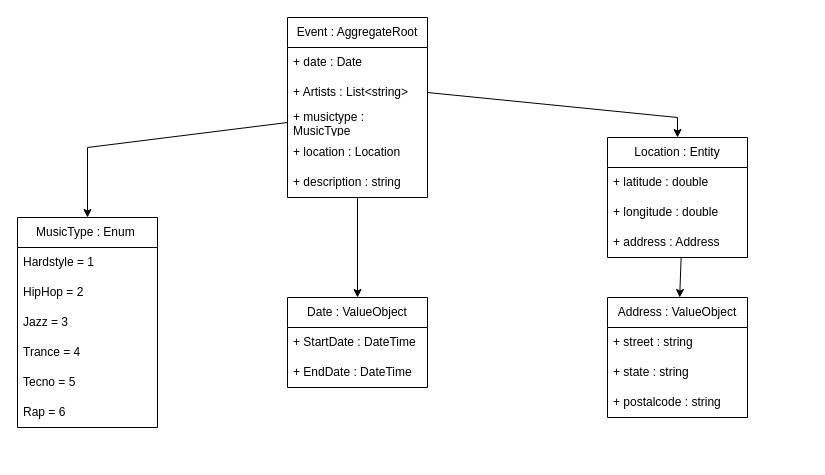
Earlier version of the draw.io diagram diagrams/Event.drawio (TiagoMoreira003/EventService). Source tidied: cells renumbered, new cells numbered last; positions are measured from the earlier drawing's top-left corner, leaving out a move shared by most shapes. Both pictures are drawn from the tidied source at 100%, with x=0, y=0 at pixel (17, 17).
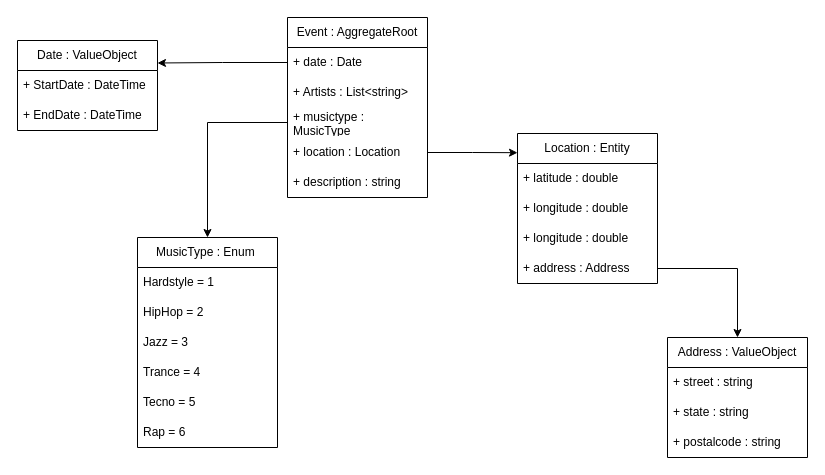
After the change.

The change refers to these unchanged cells:
```xml
<mxCell id="3" value="+ date : Date" style="text;strokeColor=none;fillColor=none;align=left;verticalAlign=middle;spacingLeft=4;spacingRight=4;overflow=hidden;points=[[0,0.5],[1,0.5]];portConstraint=eastwest;whiteSpace=wrap;html=1;" parent="2" vertex="1">
  <mxGeometry y="30" width="140" height="30" as="geometry" />
</mxCell>
<mxCell id="4" value="+ Artists : List&amp;lt;string&amp;gt;" style="text;strokeColor=none;fillColor=none;align=left;verticalAlign=middle;spacingLeft=4;spacingRight=4;overflow=hidden;points=[[0,0.5],[1,0.5]];portConstraint=eastwest;whiteSpace=wrap;html=1;" parent="2" vertex="1">
  <mxGeometry y="60" width="140" height="30" as="geometry" />
</mxCell>
<mxCell id="5" value="+ musictype : MusicType" style="text;strokeColor=none;fillColor=none;align=left;verticalAlign=middle;spacingLeft=4;spacingRight=4;overflow=hidden;points=[[0,0.5],[1,0.5]];portConstraint=eastwest;whiteSpace=wrap;html=1;" parent="2" vertex="1">
  <mxGeometry y="90" width="140" height="30" as="geometry" />
</mxCell>
<mxCell id="6" value="+ location : Location" style="text;strokeColor=none;fillColor=none;align=left;verticalAlign=middle;spacingLeft=4;spacingRight=4;overflow=hidden;points=[[0,0.5],[1,0.5]];portConstraint=eastwest;whiteSpace=wrap;html=1;" parent="2" vertex="1">
  <mxGeometry y="120" width="140" height="30" as="geometry" />
</mxCell>
<mxCell id="7" value="+ description : string" style="text;strokeColor=none;fillColor=none;align=left;verticalAlign=middle;spacingLeft=4;spacingRight=4;overflow=hidden;points=[[0,0.5],[1,0.5]];portConstraint=eastwest;whiteSpace=wrap;html=1;" parent="2" vertex="1">
  <mxGeometry y="150" width="140" height="30" as="geometry" />
</mxCell>
```

What changed in the source:
```diff
@@
     <mxCell id="8" value="MusicType : Enum&amp;nbsp;" style="swimlane;fontStyle=0;horizontal=1;startSize=30;whiteSpace=wrap;html=1;" parent="1" vertex="1">
-      <mxGeometry y="200" width="140" height="210" as="geometry" />
+      <mxGeometry x="120" y="220" width="140" height="210" as="geometry" />
     </mxCell>
@@
-    <mxCell id="15" style="endArrow=classic;html=1;rounded=0;exitX=0;exitY=0.5;exitDx=0;exitDy=0;entryX=0.5;entryY=0;entryDx=0;entryDy=0;" parent="1" edge="1" source="5" target="8">
-      <mxGeometry relative="1" as="geometry">
-        <Array as="points">
-          <mxPoint x="70" y="130" />
-        </Array>
-      </mxGeometry>
-    </mxCell>
     <mxCell id="16" value="Location : Entity" style="swimlane;fontStyle=0;horizontal=1;startSize=30;whiteSpace=wrap;html=1;" parent="1" vertex="1">
-      <mxGeometry x="590" y="120" width="140" height="120" as="geometry" />
+      <mxGeometry x="500" y="116" width="140" height="150" as="geometry" />
     </mxCell>
@@
+    <mxCell id="30" value="+ longitude : double" style="text;strokeColor=none;fillColor=none;align=left;verticalAlign=middle;spacingLeft=4;spacingRight=4;overflow=hidden;whiteSpace=wrap;html=1;" parent="16" vertex="1">
+      <mxGeometry y="60" width="140" height="30" as="geometry" />
+    </mxCell>
     <mxCell id="18" value="+ longitude : double" style="text;strokeColor=none;fillColor=none;align=left;verticalAlign=middle;spacingLeft=4;spacingRight=4;overflow=hidden;whiteSpace=wrap;html=1;" parent="16" vertex="1">
-      <mxGeometry y="60" width="140" height="30" as="geometry" />
+      <mxGeometry y="90" width="140" height="30" as="geometry" />
     </mxCell>
     <mxCell id="19" value="+ address : Address" style="text;strokeColor=none;fillColor=none;align=left;verticalAlign=middle;spacingLeft=4;spacingRight=4;overflow=hidden;points=[[0,0.5],[1,0.5]];portConstraint=eastwest;whiteSpace=wrap;html=1;" parent="16" vertex="1">
-      <mxGeometry y="90" width="140" height="30" as="geometry" />
+      <mxGeometry y="120" width="140" height="30" as="geometry" />
     </mxCell>
-    <mxCell id="20" style="endArrow=classic;html=1;rounded=0;exitX=1;exitY=0.5;exitDx=0;exitDy=0;entryX=0.5;entryY=0;entryDx=0;entryDy=0;" parent="1" edge="1" source="4" target="16">
-      <mxGeometry relative="1" as="geometry">
-        <Array as="points">
-          <mxPoint x="660" y="100" />
-        </Array>
-      </mxGeometry>
-    </mxCell>
     <mxCell id="21" value="Address : ValueObject" style="swimlane;fontStyle=0;horizontal=1;startSize=30;whiteSpace=wrap;html=1;" parent="1" vertex="1">
-      <mxGeometry x="590" y="280" width="140" height="120" as="geometry" />
+      <mxGeometry x="650" y="320" width="140" height="120" as="geometry" />
     </mxCell>
@@
-    <mxCell id="25" style="endArrow=classic;html=1;rounded=0;exitX=0.526;exitY=1;exitDx=0;exitDy=0;exitPerimeter=0;" parent="1" edge="1" source="19" target="21">
-      <mxGeometry relative="1" as="geometry" />
-    </mxCell>
     <mxCell id="26" value="Date : ValueObject" style="swimlane;fontStyle=0;horizontal=1;startSize=30;whiteSpace=wrap;html=1;" parent="1" vertex="1">
-      <mxGeometry x="270" y="280" width="140" height="90" as="geometry" />
+      <mxGeometry y="23" width="140" height="90" as="geometry" />
     </mxCell>
@@
-    <mxCell id="29" style="endArrow=classic;html=1;rounded=0;entryX=0.5;entryY=0;entryDx=0;entryDy=0;" parent="1" edge="1" source="7" target="26">
-      <mxGeometry relative="1" as="geometry" />
-    </mxCell>
+    <mxCell id="31" style="edgeStyle=orthogonalEdgeStyle;rounded=0;jettySize=auto;html=1;entryX=0;entryY=0.128;entryDx=0;entryDy=0;entryPerimeter=0;" parent="1" edge="1" source="6" target="16">
+      <mxGeometry relative="1" as="geometry" />
+    </mxCell>
+    <mxCell id="25" style="edgeStyle=orthogonalEdgeStyle;rounded=0;jettySize=auto;html=1;entryX=0.5;entryY=0;entryDx=0;entryDy=0;" parent="1" edge="1" source="19" target="21">
+      <mxGeometry relative="1" as="geometry" />
+    </mxCell>
+    <mxCell id="15" style="edgeStyle=orthogonalEdgeStyle;rounded=0;jettySize=auto;html=1;entryX=0.5;entryY=0;entryDx=0;entryDy=0;" parent="1" edge="1" source="5" target="8">
+      <mxGeometry relative="1" as="geometry" />
+    </mxCell>
+    <mxCell id="32" style="edgeStyle=orthogonalEdgeStyle;rounded=0;jettySize=auto;html=1;entryX=1;entryY=0.25;entryDx=0;entryDy=0;" parent="1" edge="1" source="3" target="26">
+      <mxGeometry relative="1" as="geometry" />
+    </mxCell>
```
